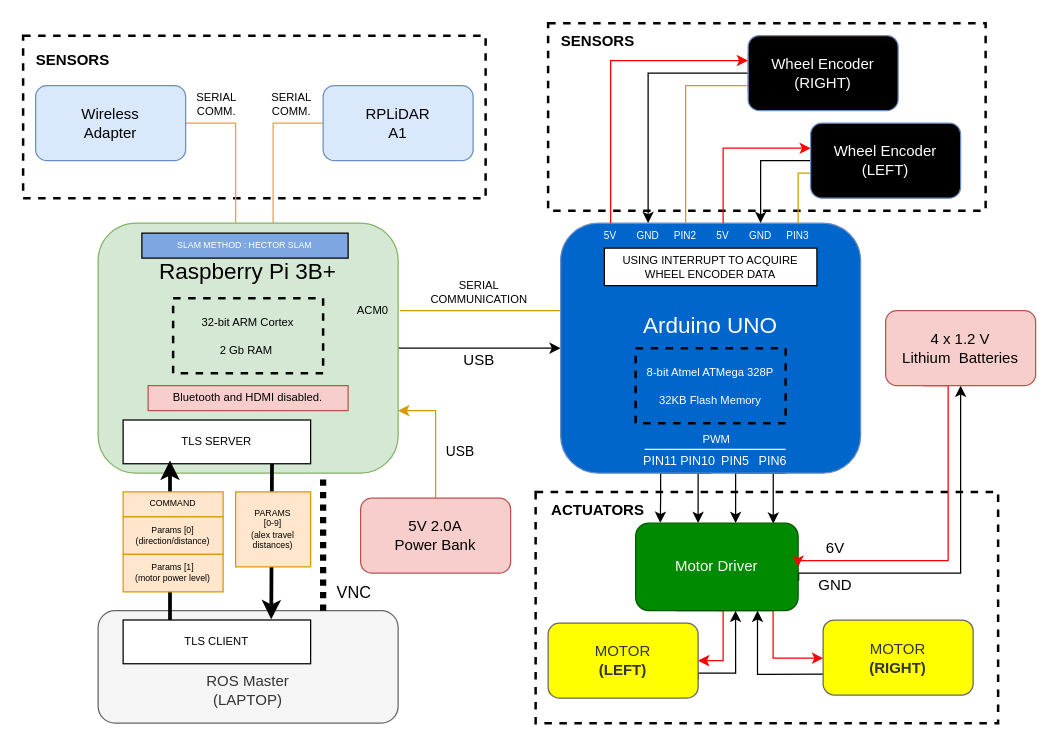
This is alex_electronic_architecture.drawio from domaxi/alex142, a draw.io file, before an edit. Source tidied: cells renumbered, new cells numbered last; positions are measured from the earlier drawing's top-left corner, leaving out a move shared by most shapes. Both pictures are drawn from the tidied source at 125%, with x=0, y=0 at pixel (22, 22).
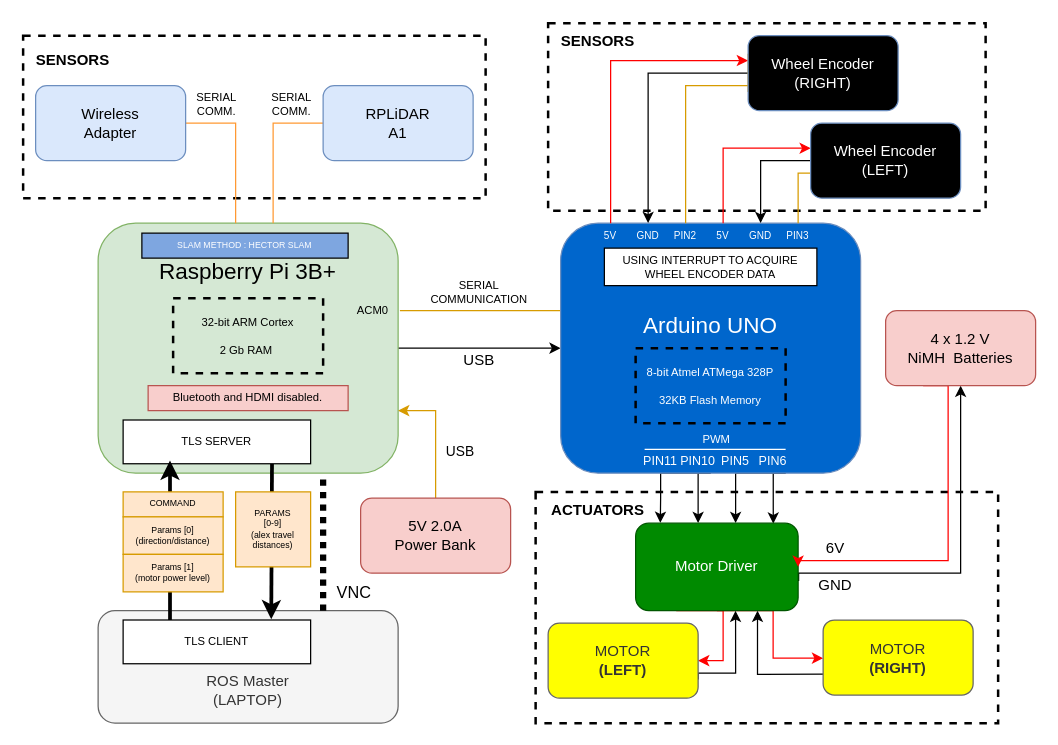
Above is the later version.

The edit, as a diff of the source:
```diff
@@
-    <mxCell id="46" value="&lt;font style=&quot;font-size: 12px&quot;&gt;4 x 1.2 V&lt;br&gt;Lithium &amp;nbsp;Batteries&lt;/font&gt;" style="rounded=1;whiteSpace=wrap;html=1;fontSize=8;fillColor=#f8cecc;strokeColor=#b85450;" parent="1" vertex="1">
+    <mxCell id="46" value="&lt;font style=&quot;font-size: 12px&quot;&gt;4 x 1.2 V&lt;br&gt;NiMH &amp;nbsp;Batteries&lt;/font&gt;" style="rounded=1;whiteSpace=wrap;html=1;fontSize=8;fillColor=#f8cecc;strokeColor=#b85450;" parent="1" vertex="1">
       <mxGeometry x="690" y="230" width="120" height="60" as="geometry" />
     </mxCell>
```
